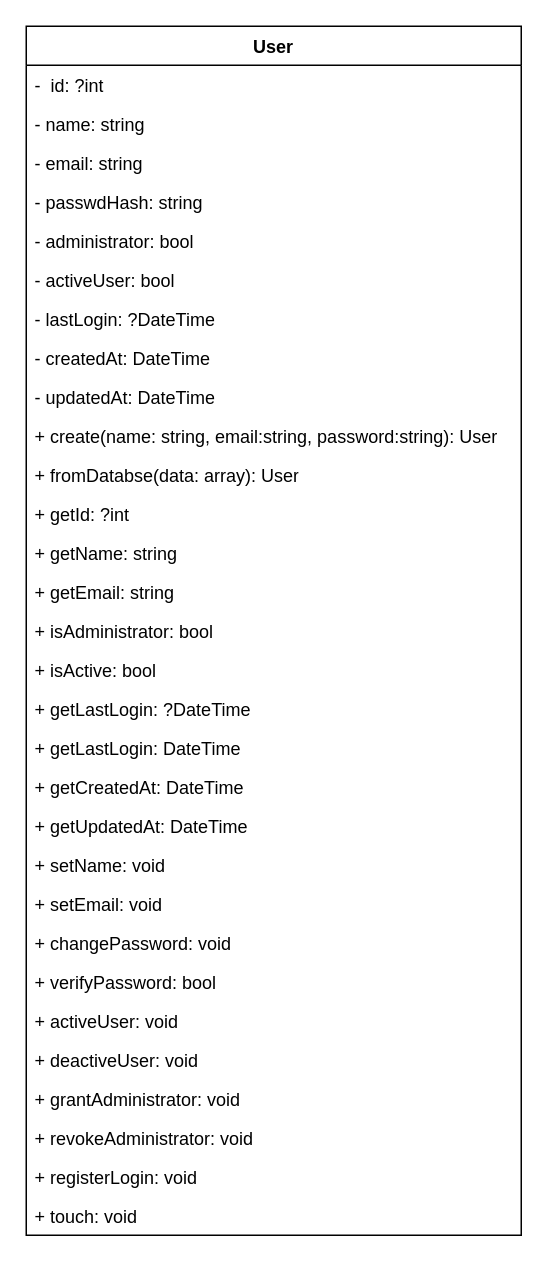
This is MER-ERP.drawio from DanAzevedo/erp-php, a draw.io file, before an edit. Source tidied: cells renumbered, new cells numbered last; positions are measured from the earlier drawing's top-left corner, leaving out a move shared by most shapes. Both pictures are drawn from the tidied source at 150%, with x=0, y=0 at pixel (26, 26).
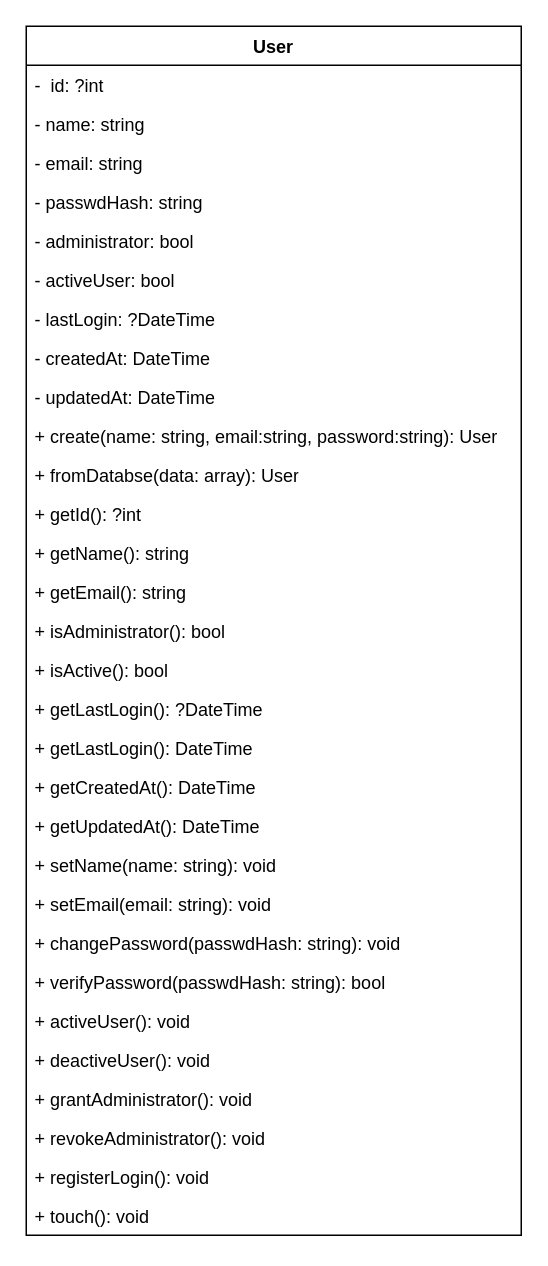
The same page after the edit.

The change refers to these unchanged cells:
```xml
<mxCell id="2" value="User" style="swimlane;fontStyle=1;align=center;verticalAlign=top;horizontal=1;startSize=26;whiteSpace=wrap;html=1;" parent="1" vertex="1">
  <mxGeometry width="330" height="806" as="geometry" />
</mxCell>
```

What changed in the source:
```diff
@@
-    <mxCell id="14" value="&lt;div&gt;+ getId: ?int&lt;/div&gt;" style="text;strokeColor=none;fillColor=none;align=left;verticalAlign=top;spacingLeft=4;spacingRight=4;overflow=hidden;whiteSpace=wrap;html=1;" parent="2" vertex="1">
+    <mxCell id="14" value="&lt;div&gt;+ getId(): ?int&lt;/div&gt;" style="text;strokeColor=none;fillColor=none;align=left;verticalAlign=top;spacingLeft=4;spacingRight=4;overflow=hidden;whiteSpace=wrap;html=1;" parent="2" vertex="1">
       <mxGeometry y="312" width="330" height="26" as="geometry" />
     </mxCell>
-    <mxCell id="15" value="&lt;div&gt;+ getName: string&lt;/div&gt;" style="text;strokeColor=none;fillColor=none;align=left;verticalAlign=top;spacingLeft=4;spacingRight=4;overflow=hidden;whiteSpace=wrap;html=1;" parent="2" vertex="1">
+    <mxCell id="15" value="&lt;div&gt;+ getName(): string&lt;/div&gt;" style="text;strokeColor=none;fillColor=none;align=left;verticalAlign=top;spacingLeft=4;spacingRight=4;overflow=hidden;whiteSpace=wrap;html=1;" parent="2" vertex="1">
       <mxGeometry y="338" width="330" height="26" as="geometry" />
     </mxCell>
-    <mxCell id="16" value="&lt;div&gt;+ getEmail: string&lt;/div&gt;" style="text;strokeColor=none;fillColor=none;align=left;verticalAlign=top;spacingLeft=4;spacingRight=4;overflow=hidden;whiteSpace=wrap;html=1;" parent="2" vertex="1">
+    <mxCell id="16" value="&lt;div&gt;+ getEmail(): string&lt;/div&gt;" style="text;strokeColor=none;fillColor=none;align=left;verticalAlign=top;spacingLeft=4;spacingRight=4;overflow=hidden;whiteSpace=wrap;html=1;" parent="2" vertex="1">
       <mxGeometry y="364" width="330" height="26" as="geometry" />
     </mxCell>
-    <mxCell id="17" value="&lt;div&gt;+ isAdministrator: bool&lt;/div&gt;" style="text;strokeColor=none;fillColor=none;align=left;verticalAlign=top;spacingLeft=4;spacingRight=4;overflow=hidden;whiteSpace=wrap;html=1;" parent="2" vertex="1">
+    <mxCell id="17" value="&lt;div&gt;+ isAdministrator(): bool&lt;/div&gt;" style="text;strokeColor=none;fillColor=none;align=left;verticalAlign=top;spacingLeft=4;spacingRight=4;overflow=hidden;whiteSpace=wrap;html=1;" parent="2" vertex="1">
       <mxGeometry y="390" width="330" height="26" as="geometry" />
     </mxCell>
-    <mxCell id="18" value="&lt;div&gt;+ isActive: bool&lt;/div&gt;" style="text;strokeColor=none;fillColor=none;align=left;verticalAlign=top;spacingLeft=4;spacingRight=4;overflow=hidden;whiteSpace=wrap;html=1;" parent="2" vertex="1">
+    <mxCell id="18" value="&lt;div&gt;+ isActive(): bool&lt;/div&gt;" style="text;strokeColor=none;fillColor=none;align=left;verticalAlign=top;spacingLeft=4;spacingRight=4;overflow=hidden;whiteSpace=wrap;html=1;" parent="2" vertex="1">
       <mxGeometry y="416" width="330" height="26" as="geometry" />
     </mxCell>
-    <mxCell id="19" value="&lt;div&gt;+ getLastLogin: ?DateTime&lt;/div&gt;" style="text;strokeColor=none;fillColor=none;align=left;verticalAlign=top;spacingLeft=4;spacingRight=4;overflow=hidden;whiteSpace=wrap;html=1;" parent="2" vertex="1">
+    <mxCell id="19" value="&lt;div&gt;+ getLastLogin(): ?DateTime&lt;/div&gt;" style="text;strokeColor=none;fillColor=none;align=left;verticalAlign=top;spacingLeft=4;spacingRight=4;overflow=hidden;whiteSpace=wrap;html=1;" parent="2" vertex="1">
       <mxGeometry y="442" width="330" height="26" as="geometry" />
     </mxCell>
-    <mxCell id="20" value="&lt;div&gt;+ getLastLogin: DateTime&lt;/div&gt;" style="text;strokeColor=none;fillColor=none;align=left;verticalAlign=top;spacingLeft=4;spacingRight=4;overflow=hidden;whiteSpace=wrap;html=1;" parent="2" vertex="1">
+    <mxCell id="20" value="&lt;div&gt;+ getLastLogin(): DateTime&lt;/div&gt;" style="text;strokeColor=none;fillColor=none;align=left;verticalAlign=top;spacingLeft=4;spacingRight=4;overflow=hidden;whiteSpace=wrap;html=1;" parent="2" vertex="1">
       <mxGeometry y="468" width="330" height="26" as="geometry" />
     </mxCell>
-    <mxCell id="21" value="&lt;div&gt;+ getCreatedAt: DateTime&lt;/div&gt;" style="text;strokeColor=none;fillColor=none;align=left;verticalAlign=top;spacingLeft=4;spacingRight=4;overflow=hidden;whiteSpace=wrap;html=1;" parent="2" vertex="1">
+    <mxCell id="21" value="&lt;div&gt;+ getCreatedAt(): DateTime&lt;/div&gt;" style="text;strokeColor=none;fillColor=none;align=left;verticalAlign=top;spacingLeft=4;spacingRight=4;overflow=hidden;whiteSpace=wrap;html=1;" parent="2" vertex="1">
       <mxGeometry y="494" width="330" height="26" as="geometry" />
     </mxCell>
-    <mxCell id="22" value="&lt;div&gt;+ getUpdatedAt: DateTime&lt;/div&gt;&lt;div&gt;&lt;br&gt;&lt;/div&gt;" style="text;strokeColor=none;fillColor=none;align=left;verticalAlign=top;spacingLeft=4;spacingRight=4;overflow=hidden;whiteSpace=wrap;html=1;" parent="2" vertex="1">
+    <mxCell id="22" value="&lt;div&gt;+ getUpdatedAt(): DateTime&lt;/div&gt;&lt;div&gt;&lt;br&gt;&lt;/div&gt;" style="text;strokeColor=none;fillColor=none;align=left;verticalAlign=top;spacingLeft=4;spacingRight=4;overflow=hidden;whiteSpace=wrap;html=1;" parent="2" vertex="1">
       <mxGeometry y="520" width="330" height="26" as="geometry" />
     </mxCell>
-    <mxCell id="23" value="&lt;div&gt;+ setName: void&lt;/div&gt;" style="text;strokeColor=none;fillColor=none;align=left;verticalAlign=top;spacingLeft=4;spacingRight=4;overflow=hidden;whiteSpace=wrap;html=1;" parent="2" vertex="1">
+    <mxCell id="23" value="&lt;div&gt;+ setName(name: string): void&lt;/div&gt;" style="text;strokeColor=none;fillColor=none;align=left;verticalAlign=top;spacingLeft=4;spacingRight=4;overflow=hidden;whiteSpace=wrap;html=1;" parent="2" vertex="1">
       <mxGeometry y="546" width="330" height="26" as="geometry" />
     </mxCell>
-    <mxCell id="24" value="&lt;div&gt;+ setEmail: void&lt;/div&gt;" style="text;strokeColor=none;fillColor=none;align=left;verticalAlign=top;spacingLeft=4;spacingRight=4;overflow=hidden;whiteSpace=wrap;html=1;" parent="2" vertex="1">
+    <mxCell id="24" value="&lt;div&gt;+ setEmail(email: string): void&lt;/div&gt;" style="text;strokeColor=none;fillColor=none;align=left;verticalAlign=top;spacingLeft=4;spacingRight=4;overflow=hidden;whiteSpace=wrap;html=1;" parent="2" vertex="1">
       <mxGeometry y="572" width="330" height="26" as="geometry" />
     </mxCell>
-    <mxCell id="25" value="&lt;div&gt;+ changePassword: void&lt;/div&gt;" style="text;strokeColor=none;fillColor=none;align=left;verticalAlign=top;spacingLeft=4;spacingRight=4;overflow=hidden;whiteSpace=wrap;html=1;" parent="2" vertex="1">
+    <mxCell id="25" value="&lt;div&gt;+ changePassword(passwdHash: string): void&lt;/div&gt;" style="text;strokeColor=none;fillColor=none;align=left;verticalAlign=top;spacingLeft=4;spacingRight=4;overflow=hidden;whiteSpace=wrap;html=1;" parent="2" vertex="1">
       <mxGeometry y="598" width="330" height="26" as="geometry" />
     </mxCell>
-    <mxCell id="26" value="&lt;div&gt;+ verifyPassword: bool&lt;/div&gt;" style="text;strokeColor=none;fillColor=none;align=left;verticalAlign=top;spacingLeft=4;spacingRight=4;overflow=hidden;whiteSpace=wrap;html=1;" parent="2" vertex="1">
+    <mxCell id="26" value="&lt;div&gt;+ verifyPassword(passwdHash: string): bool&lt;/div&gt;" style="text;strokeColor=none;fillColor=none;align=left;verticalAlign=top;spacingLeft=4;spacingRight=4;overflow=hidden;whiteSpace=wrap;html=1;" parent="2" vertex="1">
       <mxGeometry y="624" width="330" height="26" as="geometry" />
     </mxCell>
-    <mxCell id="27" value="&lt;div&gt;+ activeUser: void&lt;/div&gt;" style="text;strokeColor=none;fillColor=none;align=left;verticalAlign=top;spacingLeft=4;spacingRight=4;overflow=hidden;whiteSpace=wrap;html=1;" parent="2" vertex="1">
+    <mxCell id="27" value="&lt;div&gt;+ activeUser(): void&lt;/div&gt;" style="text;strokeColor=none;fillColor=none;align=left;verticalAlign=top;spacingLeft=4;spacingRight=4;overflow=hidden;whiteSpace=wrap;html=1;" parent="2" vertex="1">
       <mxGeometry y="650" width="330" height="26" as="geometry" />
     </mxCell>
-    <mxCell id="28" value="&lt;div&gt;+ deactiveUser: void&lt;/div&gt;" style="text;strokeColor=none;fillColor=none;align=left;verticalAlign=top;spacingLeft=4;spacingRight=4;overflow=hidden;whiteSpace=wrap;html=1;" parent="2" vertex="1">
+    <mxCell id="28" value="&lt;div&gt;+ deactiveUser(): void&lt;/div&gt;" style="text;strokeColor=none;fillColor=none;align=left;verticalAlign=top;spacingLeft=4;spacingRight=4;overflow=hidden;whiteSpace=wrap;html=1;" parent="2" vertex="1">
       <mxGeometry y="676" width="330" height="26" as="geometry" />
     </mxCell>
-    <mxCell id="29" value="&lt;div&gt;+ grantAdministrator: void&lt;/div&gt;" style="text;strokeColor=none;fillColor=none;align=left;verticalAlign=top;spacingLeft=4;spacingRight=4;overflow=hidden;whiteSpace=wrap;html=1;" parent="2" vertex="1">
+    <mxCell id="29" value="&lt;div&gt;+ grantAdministrator(): void&lt;/div&gt;" style="text;strokeColor=none;fillColor=none;align=left;verticalAlign=top;spacingLeft=4;spacingRight=4;overflow=hidden;whiteSpace=wrap;html=1;" parent="2" vertex="1">
       <mxGeometry y="702" width="330" height="26" as="geometry" />
     </mxCell>
-    <mxCell id="30" value="&lt;div&gt;+ revokeAdministrator: void&lt;/div&gt;" style="text;strokeColor=none;fillColor=none;align=left;verticalAlign=top;spacingLeft=4;spacingRight=4;overflow=hidden;whiteSpace=wrap;html=1;" parent="2" vertex="1">
+    <mxCell id="30" value="&lt;div&gt;+ revokeAdministrator(): void&lt;/div&gt;" style="text;strokeColor=none;fillColor=none;align=left;verticalAlign=top;spacingLeft=4;spacingRight=4;overflow=hidden;whiteSpace=wrap;html=1;" parent="2" vertex="1">
       <mxGeometry y="728" width="330" height="26" as="geometry" />
     </mxCell>
-    <mxCell id="31" value="&lt;div&gt;+ registerLogin: void&lt;/div&gt;" style="text;strokeColor=none;fillColor=none;align=left;verticalAlign=top;spacingLeft=4;spacingRight=4;overflow=hidden;whiteSpace=wrap;html=1;" parent="2" vertex="1">
+    <mxCell id="31" value="&lt;div&gt;+ registerLogin(): void&lt;/div&gt;" style="text;strokeColor=none;fillColor=none;align=left;verticalAlign=top;spacingLeft=4;spacingRight=4;overflow=hidden;whiteSpace=wrap;html=1;" parent="2" vertex="1">
       <mxGeometry y="754" width="330" height="26" as="geometry" />
     </mxCell>
-    <mxCell id="32" value="&lt;div&gt;+ touch: void&lt;/div&gt;" style="text;strokeColor=none;fillColor=none;align=left;verticalAlign=top;spacingLeft=4;spacingRight=4;overflow=hidden;whiteSpace=wrap;html=1;" parent="2" vertex="1">
+    <mxCell id="32" value="&lt;div&gt;+ touch(): void&lt;/div&gt;" style="text;strokeColor=none;fillColor=none;align=left;verticalAlign=top;spacingLeft=4;spacingRight=4;overflow=hidden;whiteSpace=wrap;html=1;" parent="2" vertex="1">
       <mxGeometry y="780" width="330" height="26" as="geometry" />
     </mxCell>
```
